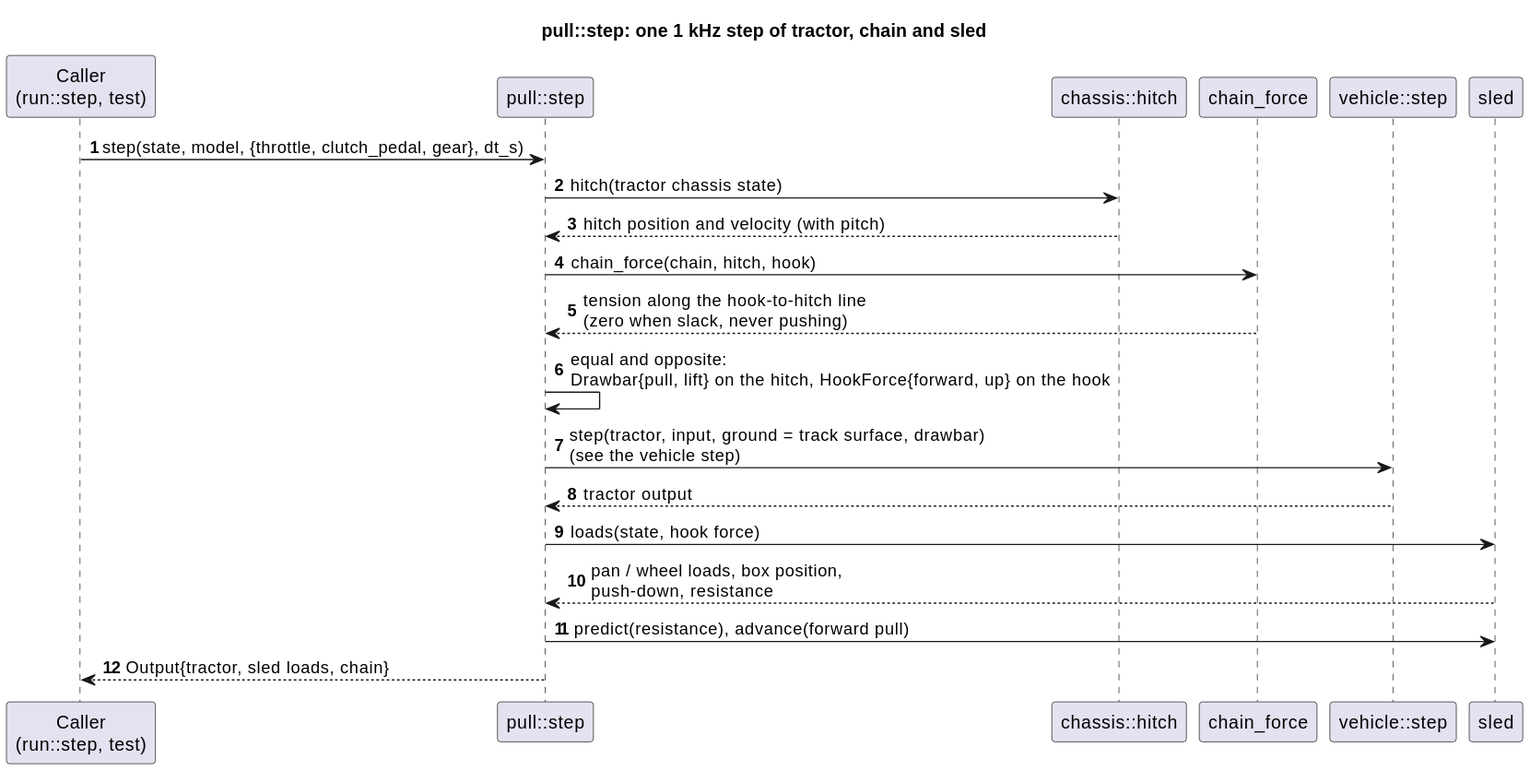
Earlier version of the PlantUML export docs/diagrams/svg/pull_step_sequence.svg (wversteeg/TractorPulling).
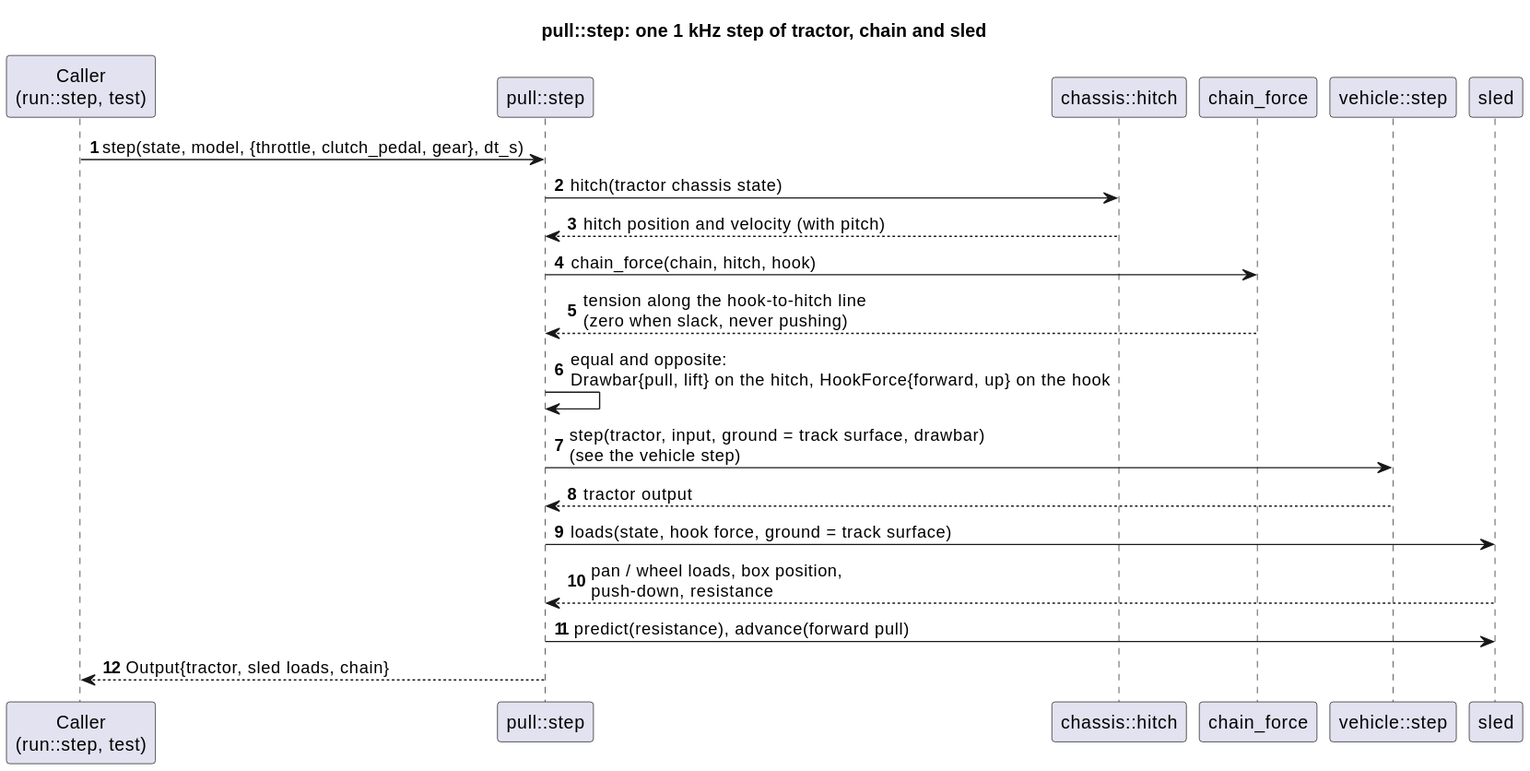
The same file after the commit.

What changed in the source:
```diff
@@ -16,7 +16,7 @@
 Step -> Step : equal and opposite:\nDrawbar{pull, lift} on the hitch, HookForce{forward, up} on the hook
 Step -> Vehicle : step(tractor, input, ground = track surface, drawbar)\n(see the vehicle step)
 Vehicle --> Step : tractor output
-Step -> Sled : loads(state, hook force)
+Step -> Sled : loads(state, hook force, ground = track surface)
 Sled --> Step : pan / wheel loads, box position,\npush-down, resistance
 Step -> Sled : predict(resistance), advance(forward pull)
 Step --> Caller : Output{tractor, sled loads, chain}
```
